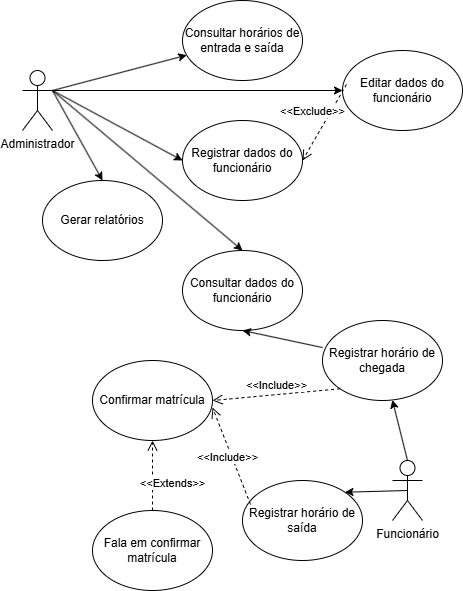
This is Diagrama Registro de Funcionário.drawio.png from lucass235/Entreviste_App, a draw.io export, as it was before one commit. Source tidied: cells renumbered, new cells last; positions are measured from the earlier drawing's top-left corner, leaving out a move shared by most shapes.
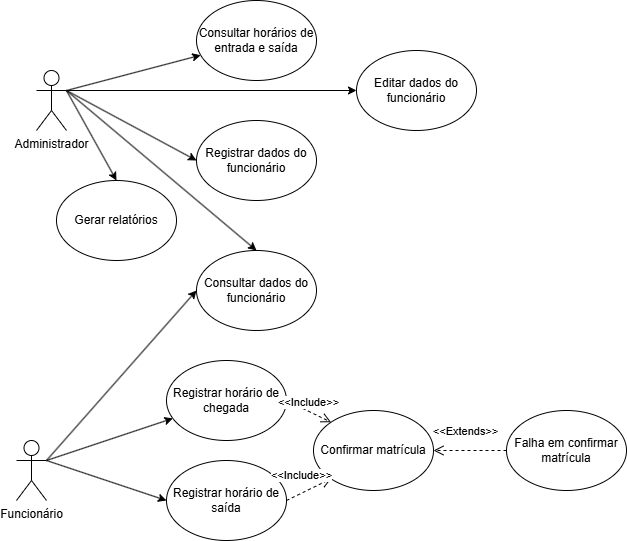
The same file after the commit.

Diff of the diagram source:
```diff
@@ -6,7 +6,7 @@
       <mxGeometry y="70" width="30" height="60" as="geometry" />
     </mxCell>
     <mxCell id="3" value="Funcionário" style="shape=umlActor;verticalLabelPosition=bottom;verticalAlign=top;html=1;outlineConnect=0;" parent="1" vertex="1">
-      <mxGeometry x="370" y="460" width="30" height="60" as="geometry" />
+      <mxGeometry x="-20" y="440" width="30" height="60" as="geometry" />
     </mxCell>
     <mxCell id="4" value="Editar dados do funcionário" style="ellipse;whiteSpace=wrap;html=1;" parent="1" vertex="1">
       <mxGeometry x="320" y="50" width="120" height="80" as="geometry" />
@@ -33,19 +33,16 @@
     <mxCell id="10" value="Consultar dados do funcionário" style="ellipse;whiteSpace=wrap;html=1;" parent="1" vertex="1">
       <mxGeometry x="160" y="250" width="120" height="80" as="geometry" />
     </mxCell>
-    <mxCell id="11" style="endArrow=classic;html=1;rounded=0;entryX=0.5;entryY=1;entryDx=0;entryDy=0;exitX=0;exitY=0.338;exitDx=0;exitDy=0;exitPerimeter=0;" parent="1" edge="1" source="13" target="10">
-      <mxGeometry relative="1" as="geometry" />
-    </mxCell>
-    <mxCell id="12" style="endArrow=classic;html=1;rounded=0;exitX=0.5;exitY=0;exitDx=0;exitDy=0;exitPerimeter=0;" parent="1" edge="1" source="3" target="13">
+    <mxCell id="12" style="endArrow=classic;html=1;rounded=0;exitX=1;exitY=0.3333333333333333;exitDx=0;exitDy=0;exitPerimeter=0;" parent="1" edge="1" source="3" target="13">
       <mxGeometry relative="1" as="geometry" />
     </mxCell>
     <mxCell id="13" value="Registrar horário de chegada" style="ellipse;whiteSpace=wrap;html=1;" parent="1" vertex="1">
-      <mxGeometry x="300" y="320" width="120" height="80" as="geometry" />
+      <mxGeometry x="130" y="360" width="120" height="80" as="geometry" />
     </mxCell>
     <mxCell id="14" value="Registrar horário de saída" style="ellipse;whiteSpace=wrap;html=1;" parent="1" vertex="1">
-      <mxGeometry x="220" y="480" width="120" height="80" as="geometry" />
+      <mxGeometry x="130" y="460" width="120" height="80" as="geometry" />
     </mxCell>
-    <mxCell id="15" style="endArrow=classic;html=1;rounded=0;entryX=1;entryY=0;entryDx=0;entryDy=0;exitX=0.5;exitY=0.5;exitDx=0;exitDy=0;exitPerimeter=0;" parent="1" edge="1" source="3" target="14">
+    <mxCell id="15" style="endArrow=classic;html=1;rounded=0;entryX=0;entryY=0.5;entryDx=0;entryDy=0;exitX=1;exitY=0.3333333333333333;exitDx=0;exitDy=0;exitPerimeter=0;" parent="1" edge="1" source="3" target="14">
       <mxGeometry relative="1" as="geometry" />
     </mxCell>
     <mxCell id="16" value="Registrar dados do funcionário" style="ellipse;whiteSpace=wrap;html=1;" parent="1" vertex="1">
@@ -57,23 +54,23 @@
     <mxCell id="18" style="endArrow=classic;html=1;rounded=0;exitX=1;exitY=0.3333333333333333;exitDx=0;exitDy=0;exitPerimeter=0;entryX=0;entryY=0.5;entryDx=0;entryDy=0;" parent="1" edge="1" source="2" target="4">
       <mxGeometry relative="1" as="geometry" />
     </mxCell>
-    <mxCell id="19" value="&amp;lt;&amp;lt;Exclude&amp;gt;&amp;gt;" style="html=1;verticalAlign=bottom;endArrow=open;dashed=1;endSize=8;curved=0;rounded=0;exitX=0.033;exitY=0.425;exitDx=0;exitDy=0;exitPerimeter=0;entryX=1;entryY=0.5;entryDx=0;entryDy=0;" parent="1" edge="1" source="4" target="16">
-      <mxGeometry x="0.1" y="-11" relative="1" as="geometry" />
-    </mxCell>
-    <mxCell id="20" value="Fala em confirmar matrícula" style="ellipse;whiteSpace=wrap;html=1;" parent="1" vertex="1">
-      <mxGeometry x="70" y="510" width="120" height="80" as="geometry" />
+    <mxCell id="20" value="Falha em confirmar matrícula" style="ellipse;whiteSpace=wrap;html=1;" parent="1" vertex="1">
+      <mxGeometry x="470" y="410" width="120" height="80" as="geometry" />
     </mxCell>
     <mxCell id="21" value="Confirmar matrícula" style="ellipse;whiteSpace=wrap;html=1;" parent="1" vertex="1">
-      <mxGeometry x="70" y="360" width="120" height="80" as="geometry" />
+      <mxGeometry x="277" y="410" width="120" height="80" as="geometry" />
     </mxCell>
-    <mxCell id="22" value="&amp;lt;&amp;lt;Include&amp;gt;&amp;gt;" style="html=1;verticalAlign=bottom;endArrow=open;dashed=1;endSize=8;curved=0;rounded=0;exitX=0.067;exitY=0.3;exitDx=0;exitDy=0;exitPerimeter=0;entryX=1;entryY=0.588;entryDx=0;entryDy=0;entryPerimeter=0;" parent="1" edge="1" source="14" target="21">
+    <mxCell id="22" value="&amp;lt;&amp;lt;Include&amp;gt;&amp;gt;" style="html=1;verticalAlign=bottom;endArrow=open;dashed=1;endSize=8;curved=0;rounded=0;exitX=1;exitY=0.5;exitDx=0;exitDy=0;entryX=0;entryY=1;entryDx=0;entryDy=0;" parent="1" edge="1" source="14" target="21">
       <mxGeometry x="-0.15" y="8" relative="1" as="geometry" />
     </mxCell>
-    <mxCell id="23" value="&amp;lt;&amp;lt;Include&amp;gt;&amp;gt;" style="html=1;verticalAlign=bottom;endArrow=open;dashed=1;endSize=8;curved=0;rounded=0;exitX=0;exitY=1;exitDx=0;exitDy=0;entryX=1;entryY=0.5;entryDx=0;entryDy=0;" parent="1" edge="1" source="13" target="21">
+    <mxCell id="23" value="&amp;lt;&amp;lt;Include&amp;gt;&amp;gt;" style="html=1;verticalAlign=bottom;endArrow=open;dashed=1;endSize=8;curved=0;rounded=0;exitX=1;exitY=0.5;exitDx=0;exitDy=0;entryX=0;entryY=0;entryDx=0;entryDy=0;" parent="1" edge="1" source="13" target="21">
       <mxGeometry relative="1" as="geometry" />
     </mxCell>
-    <mxCell id="24" value="&amp;lt;&amp;lt;Extends&amp;gt;&amp;gt;" style="html=1;verticalAlign=bottom;endArrow=open;dashed=1;endSize=8;curved=0;rounded=0;exitX=0.5;exitY=0;exitDx=0;exitDy=0;entryX=0.5;entryY=1;entryDx=0;entryDy=0;" parent="1" edge="1" source="20" target="21">
-      <mxGeometry x="-0.5" y="-20" relative="1" as="geometry" />
+    <mxCell id="24" value="&amp;lt;&amp;lt;Extends&amp;gt;&amp;gt;" style="html=1;verticalAlign=bottom;endArrow=open;dashed=1;endSize=8;curved=0;rounded=0;exitX=0;exitY=0.5;exitDx=0;exitDy=0;entryX=1;entryY=0.5;entryDx=0;entryDy=0;" parent="1" edge="1" source="20" target="21">
+      <mxGeometry x="0.13" y="-10" relative="1" as="geometry" />
     </mxCell>
+    <mxCell id="25" style="endArrow=classic;html=1;rounded=0;exitX=1;exitY=0.3333333333333333;exitDx=0;exitDy=0;exitPerimeter=0;entryX=0;entryY=0.5;entryDx=0;entryDy=0;" parent="1" edge="1" source="3" target="10">
+      <mxGeometry relative="1" as="geometry" />
+    </mxCell>
   </root>
 </mxGraphModel>
```
